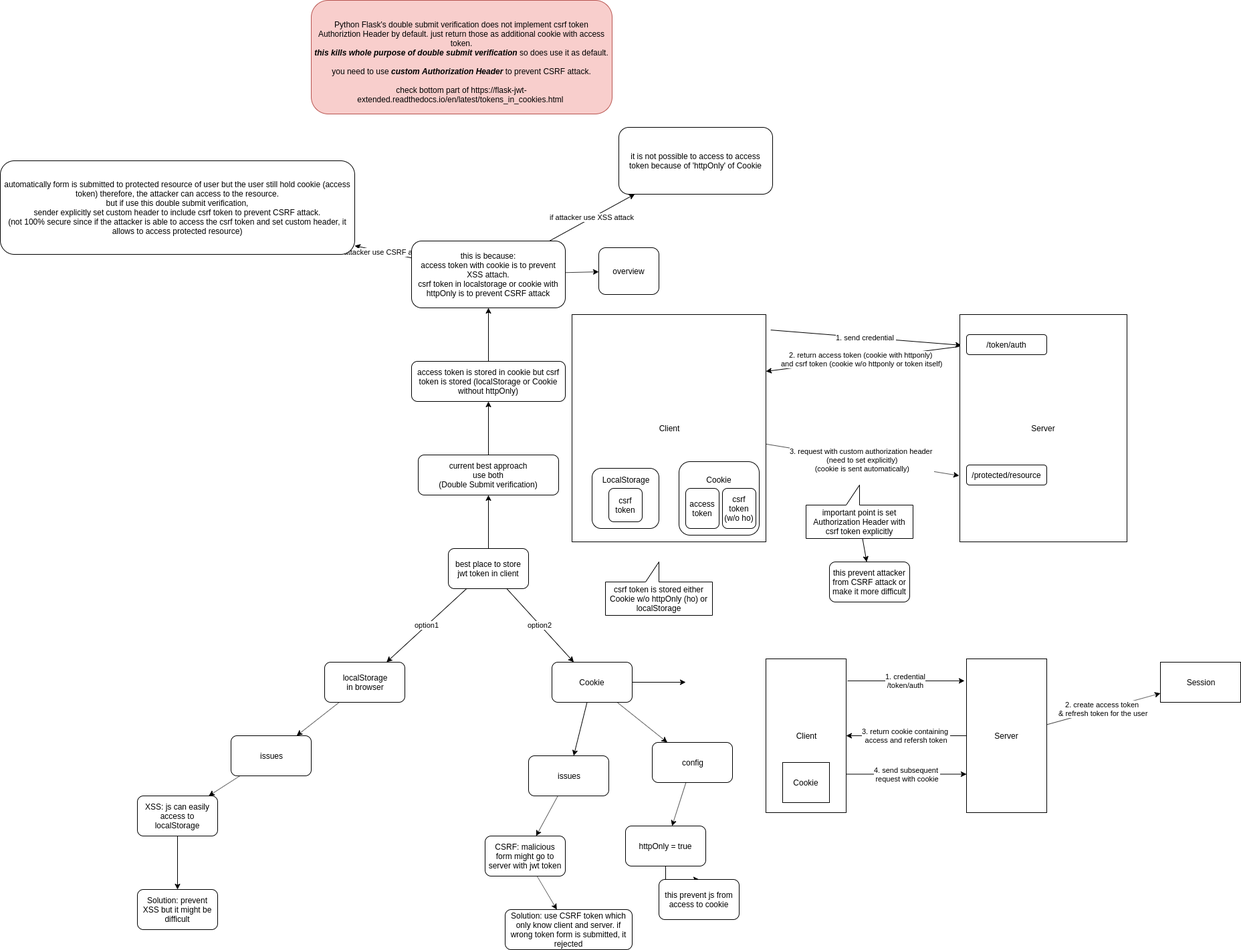
This is jwt_storage_location.PNG from stsiwo/security_concept, a draw.io export, as it was before one commit. Source tidied: cells renumbered, new cells last; positions are measured from the earlier drawing's top-left corner, leaving out a move shared by most shapes.
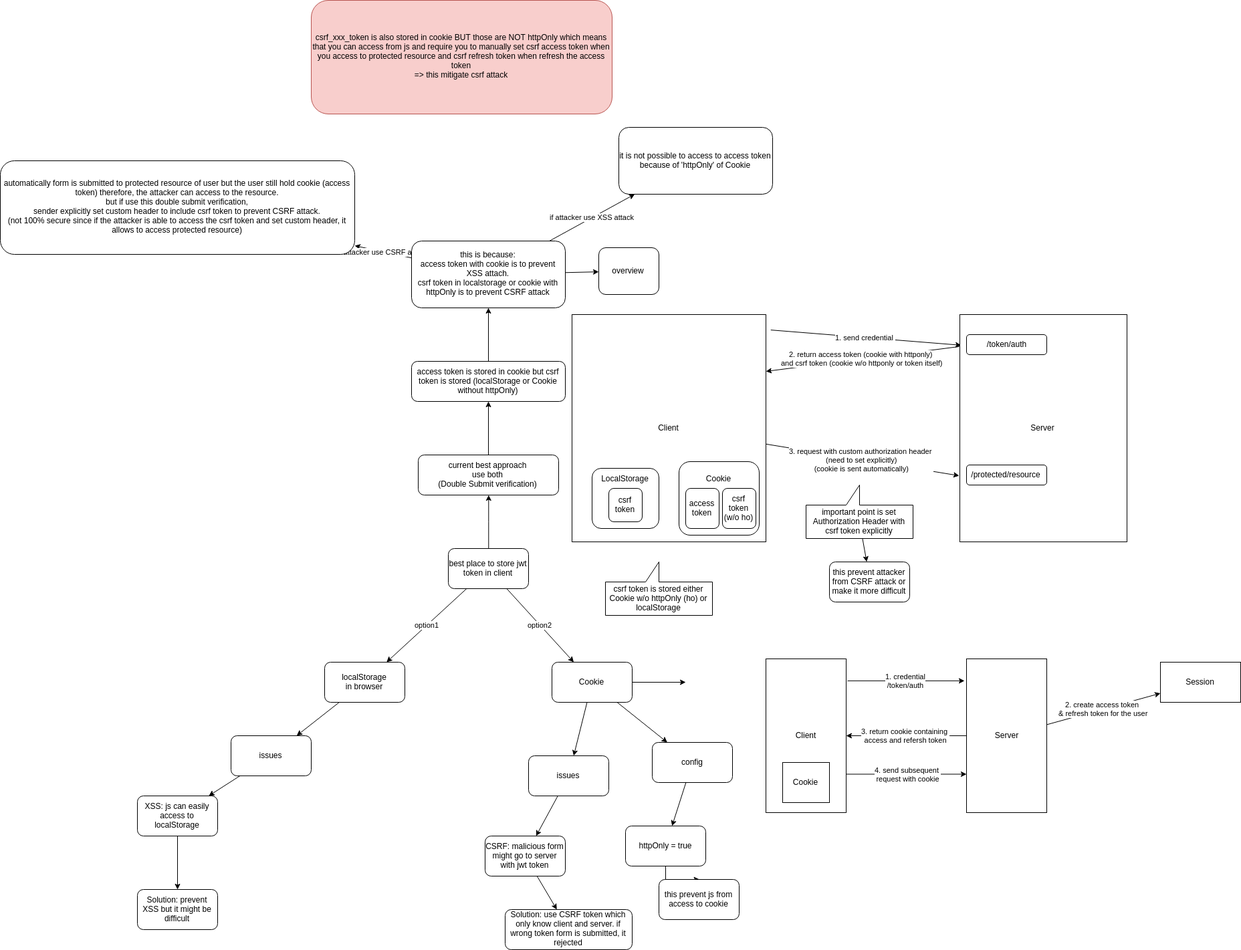
After the change.

Change to the diagram source:
```diff
@@ -184,7 +184,7 @@
     <mxCell id="61" value="this prevent attacker from CSRF attack or make it more difficult" style="rounded=1;whiteSpace=wrap;html=1;" parent="1" vertex="1">
       <mxGeometry x="1240" y="840" width="120" height="60" as="geometry" />
     </mxCell>
-    <mxCell id="62" value="Python Flask's double submit verification does not implement csrf token Authoriztion Header by default. just return those as additional cookie with access token.&lt;br&gt;&lt;b&gt;&lt;i&gt;this kills whole purpose of double submit verification&lt;/i&gt;&lt;/b&gt; so does use it as default.&lt;br&gt;&lt;br&gt;you need to use &lt;b&gt;&lt;i&gt;custom Authorization Header&lt;/i&gt;&lt;/b&gt; to prevent CSRF attack.&lt;br&gt;&lt;br&gt;check bottom part of&amp;nbsp;&lt;a href=&quot;https://flask-jwt-extended.readthedocs.io/en/latest/tokens_in_cookies.html&quot;&gt;https://flask-jwt-extended.readthedocs.io/en/latest/tokens_in_cookies.html&lt;/a&gt;&amp;nbsp;" style="rounded=1;whiteSpace=wrap;html=1;fillColor=#f8cecc;strokeColor=#b85450;" parent="1" vertex="1">
+    <mxCell id="62" value="csrf_xxx_token is also stored in cookie BUT those are NOT httpOnly which means that you can access from js and require you to manually set csrf access token when you access to protected resource and csrf refresh token when refresh the access token&lt;br&gt;=&amp;gt; this mitigate csrf attack" style="rounded=1;whiteSpace=wrap;html=1;fillColor=#f8cecc;strokeColor=#b85450;" parent="1" vertex="1">
       <mxGeometry x="465" width="450" height="170" as="geometry" />
     </mxCell>
   </root>
```
